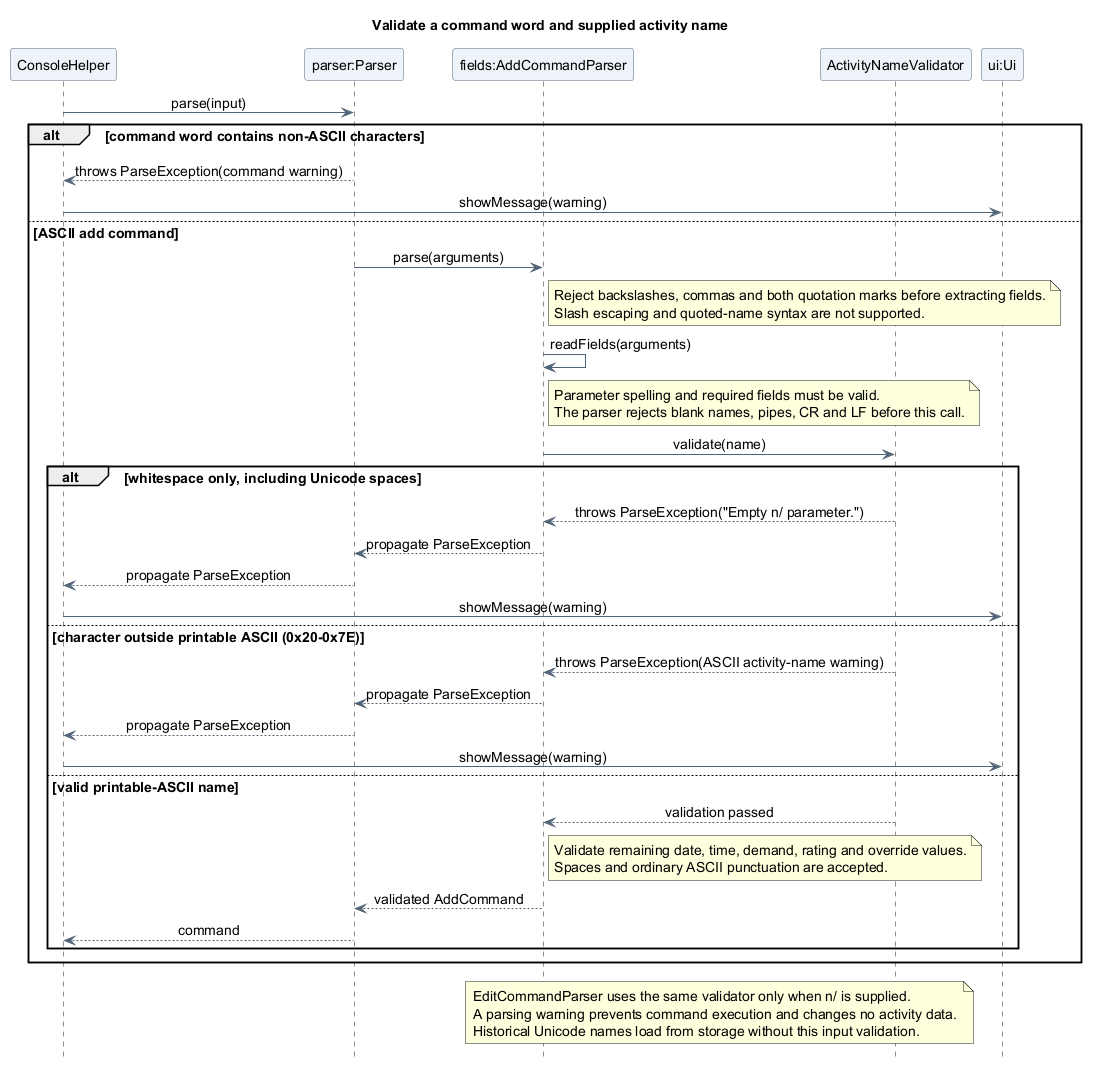
This is docs/images/luke/sequence/ActivityNameValidationSequence.png from AY2627S1-CS2113-T10-4/tp, a PlantUML export, as it was before one commit.
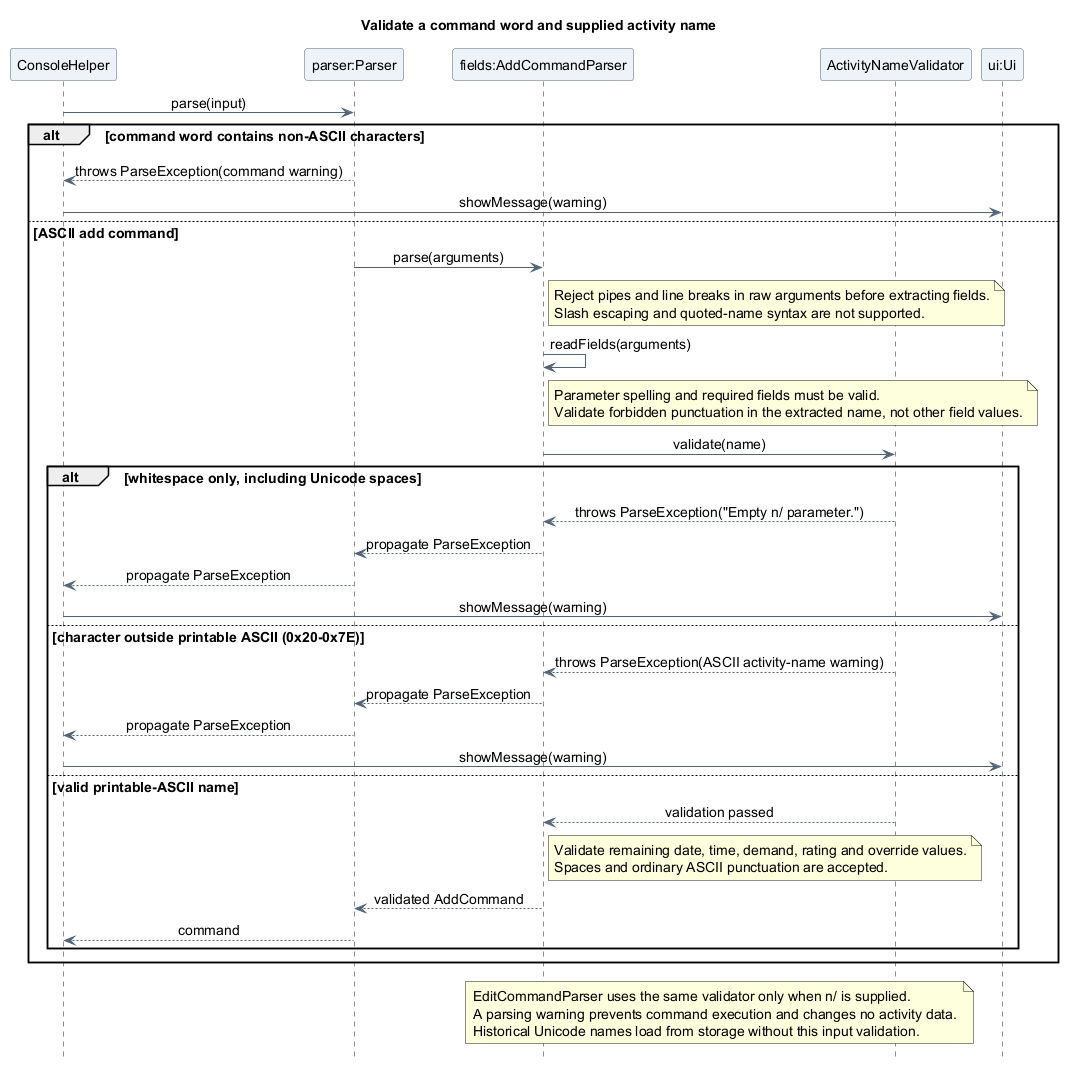
After the change.

What changed in the source:
```diff
@@ -23,13 +23,13 @@
 else ASCII add command
   Parser -> Fields : parse(arguments)
   note right of Fields
-    Reject backslashes, commas and both quotation marks before extracting fields.
+    Reject pipes and line breaks in raw arguments before extracting fields.
     Slash escaping and quoted-name syntax are not supported.
   end note
   Fields -> Fields : readFields(arguments)
   note right of Fields
     Parameter spelling and required fields must be valid.
-    The parser rejects blank names, pipes, CR and LF before this call.
+    Validate forbidden punctuation in the extracted name, not other field values.
   end note
   Fields -> Validator : validate(name)
   alt whitespace only, including Unicode spaces
```
